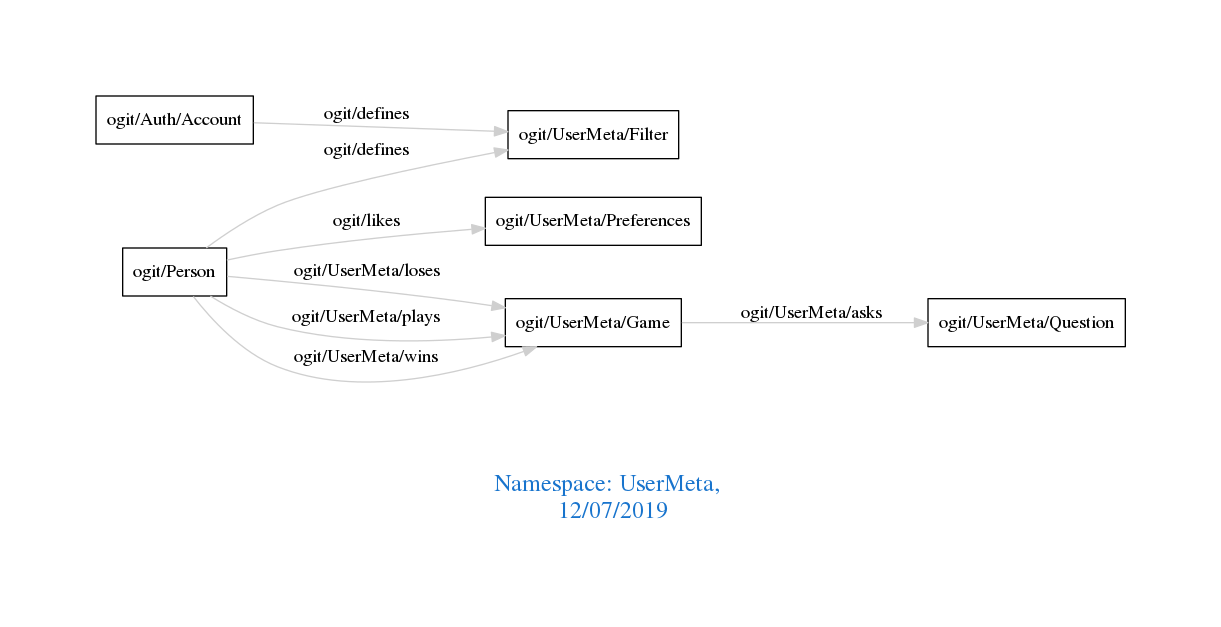
Earlier version of the Graphviz export downloads/UserMeta.png (arago/OGIT). Its source is kept beside it as downloads/UserMeta.dot.
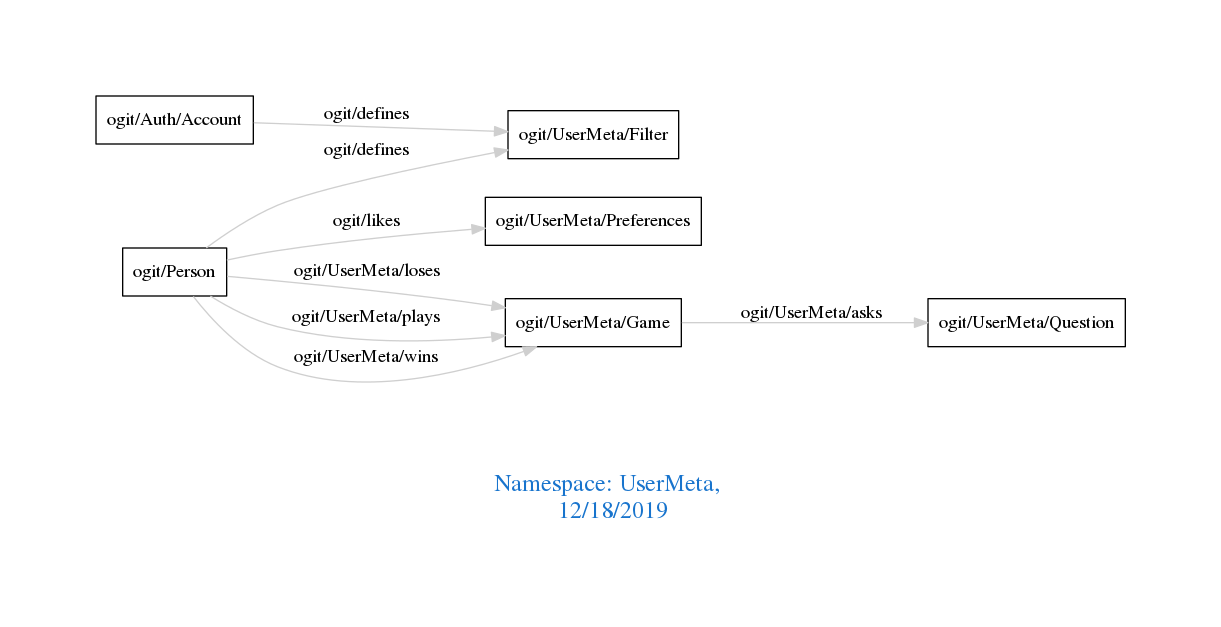
The same diagram one commit later.

What changed in the source:
```diff
@@ -1,7 +1,7 @@
 digraph OGIT_ontology {
  graph [ rankdir= LR,pad=1
 fontsize = 18,
-fontcolor= dodgerblue3,label = "\n\n\nNamespace: UserMeta, \n 12/07/2019"];
+fontcolor= dodgerblue3,label = "\n\n\nNamespace: UserMeta, \n 12/18/2019"];
 node[shape=polygon];
 edge [  color="gray81"];
 
```
